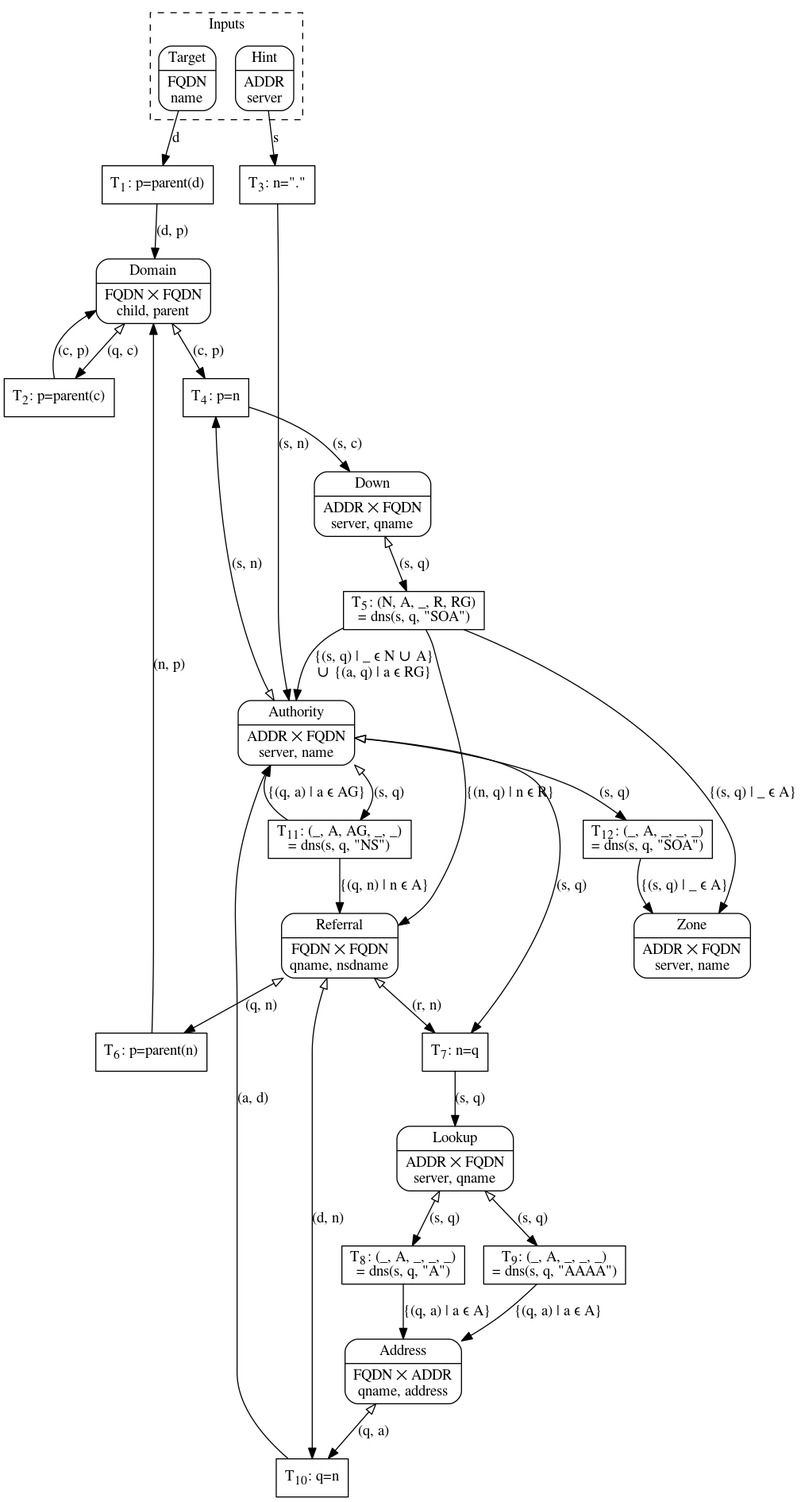
The Graphviz diagram topo.png in mattias-p/topo, before a commit. Its source is kept beside it as topo.dot.
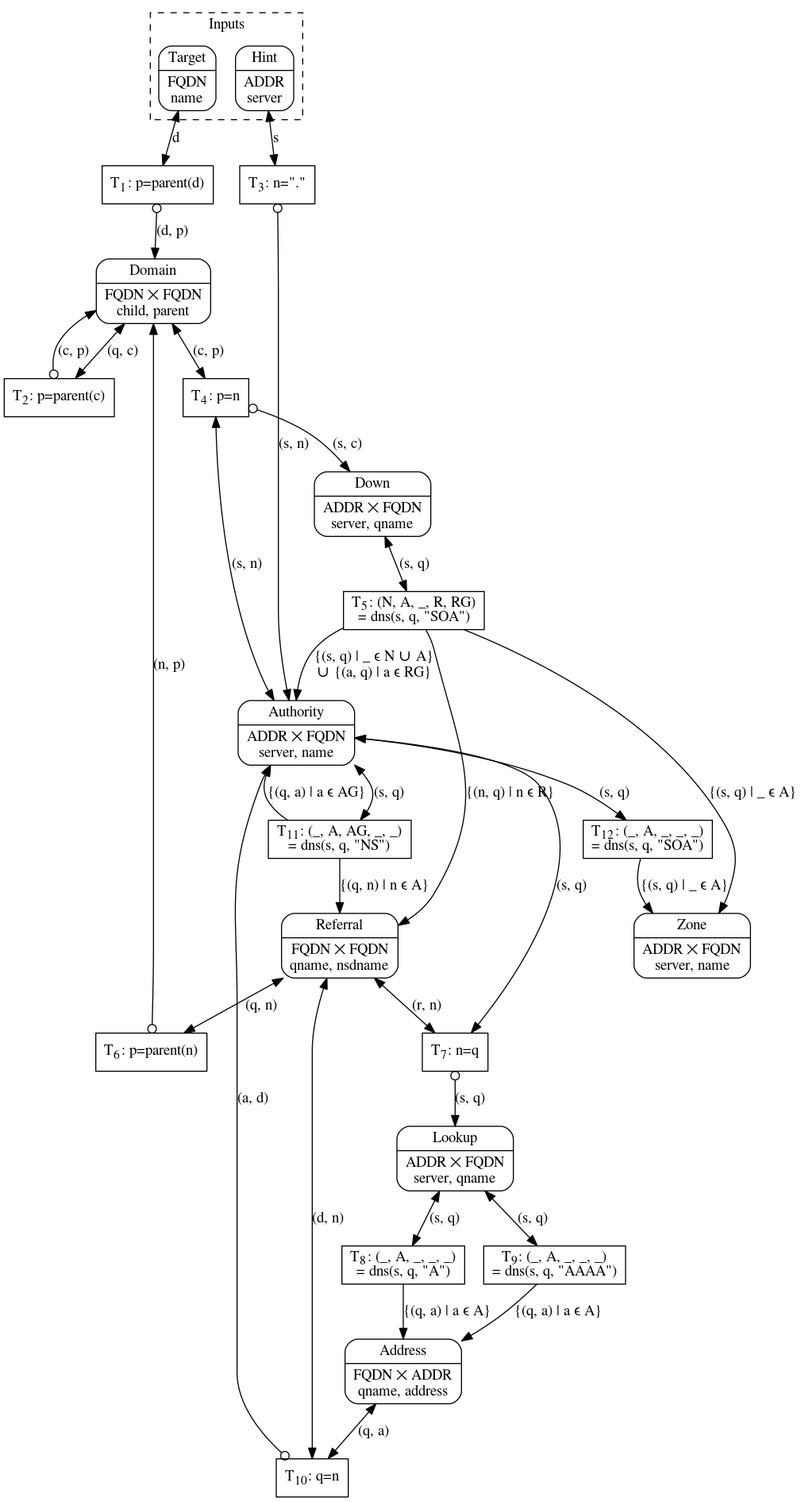
The same diagram one commit later.

Commit message:
Prevent auto-fire in all transitions except dns() ones

The edit, as a diff of the source:
```diff
@@ -1,6 +1,6 @@
 digraph Algorithm {
     node [shape=Mrecord, style=filled, fillcolor=white]
-    edge [arrowtail=empty]
+    edge [dir=both]
 
     subgraph cluster_Inputs {
         label="Inputs"
@@ -22,55 +22,55 @@
 
     Target -> T1 [label="d"]
     T1 [label=< T<SUB>1</SUB>: p=parent(d) >]
-    T1 -> Domain [label="(d, p)"]
+    T1 -> Domain [label="(d, p)", arrowtail=odot]
+
+    Domain -> T2 [label="(q, c)"]
+    T2 [label=< T<SUB>2</SUB>: p=parent(c) >]
+    T2 -> Domain [label="(c, p)", arrowtail=odot]
 
     Hint -> T3 [label="s"]
     T3 [label=< T<SUB>3</SUB>: n="." >]
-    T3 -> Authority [label="(s, n)"]
+    T3 -> Authority [label="(s, n)", arrowtail=odot]
 
-    Domain -> T2 [label="(q, c)", dir=both]
-    T2 [label=< T<SUB>2</SUB>: p=parent(c) >]
-    T2 -> Domain [label="(c, p)"]
+    Domain -> T4 [label="(c, p)"]
+    Authority -> T4 [label="(s, n)"]
+    T4 [label=< T<SUB>4</SUB>: p=n >]
+    T4 -> Down [label="(s, c)", arrowtail=odot]
 
-    Domain -> T4 [label="(c, p)", dir=both]
-    Authority -> T4 [label="(s, n)", dir=both]
-    T4 [label=< T<SUB>4</SUB>: p=n >]
-    T4 -> Down [label="(s, c)"]
+    Down -> T5 [label="(s, q)"]
+    T5 [label=< T<SUB>5</SUB>: (N, A, _, R, RG)<BR/>= dns(s, q, "SOA") >]
+    T5 -> Authority [label="{(s, q) | _ ∊ N ∪ A}\n∪ {(a, q) | a ∊ RG}", dir=forward]
+    T5 -> Referral [label="{(n, q) | n ∊ R}", dir=forward]
+    T5 -> Zone [label="{(s, q) | _ ∊ A}", dir=forward]
 
-    Down -> T5 [label="(s, q)", dir=both]
-    T5 [label=< T<SUB>5</SUB>: (N, A, _, R, RG)<BR/>= dns(s, q, "SOA") >]
-    T5 -> Authority [label="{(s, q) | _ ∊ N ∪ A}\n∪ {(a, q) | a ∊ RG}"]
-    T5 -> Referral [label="{(n, q) | n ∊ R}"]
-    T5 -> Zone [label="{(s, q) | _ ∊ A}"]
+    Referral -> T6 [label="(q, n)"]
+    T6 [label=< T<SUB>6</SUB>: p=parent(n) >]
+    T6 -> Domain [label="(n, p)", arrowtail=odot]
 
-    Referral -> T6 [label="(q, n)", dir=both]
-    T6 [label=< T<SUB>6</SUB>: p=parent(n) >]
-    T6 -> Domain [label="(n, p)"]
+    Referral -> T7 [label="(r, n)"]
+    Authority -> T7 [label="(s, q)"]
+    T7 [label=< T<SUB>7</SUB>: n=q >]
+    T7 -> Lookup [label="(s, q)", arrowtail=odot]
 
-    Referral -> T7 [label="(r, n)", dir=both]
-    Authority -> T7 [label="(s, q)", dir=both]
-    T7 [label=< T<SUB>7</SUB>: n=q >]
-    T7 -> Lookup [label="(s, q)"]
+    Lookup -> T8 [label="(s, q)"]
+    T8 [label=< T<SUB>8</SUB>: (_, A, _, _, _)<BR/>= dns(s, q, "A") >]
+    T8 -> Address [label="{(q, a) | a ∊ A}", dir=forward]
 
-    Lookup -> T8 [label="(s, q)", dir=both]
-    T8 [label=< T<SUB>8</SUB>: (_, A, _, _, _)<BR/>= dns(s, q, "A") >]
-    T8 -> Address [label="{(q, a) | a ∊ A}"]
+    Lookup -> T9 [label="(s, q)"]
+    T9 [label=< T<SUB>9</SUB>: (_, A, _, _, _)<BR/>= dns(s, q, "AAAA") >]
+    T9 -> Address [label="{(q, a) | a ∊ A}", dir=forward]
 
-    Lookup -> T9 [label="(s, q)", dir=both]
-    T9 [label=< T<SUB>9</SUB>: (_, A, _, _, _)<BR/>= dns(s, q, "AAAA") >]
-    T9 -> Address [label="{(q, a) | a ∊ A}"]
+    Address -> T10 [label="(q, a)"]
+    Referral -> T10 [label="(d, n)"]
+    T10 [label=< T<SUB>10</SUB>: q=n >]
+    T10 -> Authority [label="(a, d)", arrowtail=odot]
 
-    Address -> T10 [label="(q, a)", dir=both]
-    Referral -> T10 [label="(d, n)", dir=both]
-    T10 [label=< T<SUB>10</SUB>: q=n >]
-    T10 -> Authority [label="(a, d)"]
+    Authority -> T11 [label="(s, q)"]
+    T11 [label=< T<SUB>11</SUB>: (_, A, AG, _, _)<BR/>= dns(s, q, "NS") >]
+    T11 -> Referral [label="{(q, n) | n ∊ A}", dir=forward]
+    T11 -> Authority [label="{(q, a) | a ∊ AG}", dir=forward]
 
-    Authority -> T11 [label="(s, q)", dir=both]
-    T11 [label=< T<SUB>11</SUB>: (_, A, AG, _, _)<BR/>= dns(s, q, "NS") >]
-    T11 -> Referral [label="{(q, n) | n ∊ A}"]
-    T11 -> Authority [label="{(q, a) | a ∊ AG}"]
-
-    Authority -> T12 [label="(s, q)", dir=both]
+    Authority -> T12 [label="(s, q)"]
     T12 [label=< T<SUB>12</SUB>: (_, A, _, _, _)<BR/>= dns(s, q, "SOA") >]
-    T12 -> Zone [label="{(s, q) | _ ∊ A}"]
+    T12 -> Zone [label="{(s, q) | _ ∊ A}", dir=forward]
 }
```
